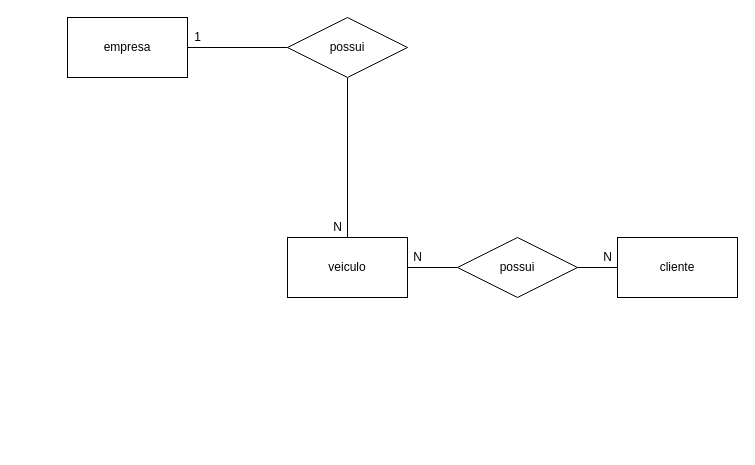
Earlier version of the draw.io diagram sprint-1-bd/exercicios/MER/1.2-exercicio-locadora/1.2-exercicio-locadora.drawio (ApolloSama/2021-2S-2D). Source tidied: cells renumbered, new cells numbered last; positions are measured from the earlier drawing's top-left corner, leaving out a move shared by most shapes. Both pictures are drawn from the tidied source at 100%, with x=0, y=0 at pixel (67, 17).
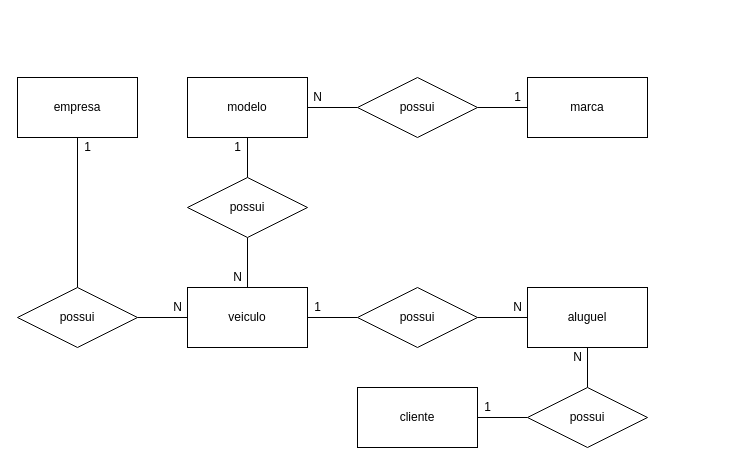
After the change.

What changed in the source:
```diff
@@
-    <mxCell id="2" style="edgeStyle=orthogonalEdgeStyle;rounded=0;jettySize=auto;html=1;endArrow=none;endFill=0;entryX=0;entryY=0.5;entryDx=0;entryDy=0;" parent="1" edge="1" source="3" target="7">
-      <mxGeometry relative="1" as="geometry" />
-    </mxCell>
+    <mxCell id="15" style="edgeStyle=orthogonalEdgeStyle;rounded=0;jettySize=auto;html=1;endArrow=none;endFill=0;entryX=0.5;entryY=0;entryDx=0;entryDy=0;" parent="1" edge="1" source="3" target="17">
+      <mxGeometry relative="1" as="geometry" />
+    </mxCell>
     <mxCell id="3" value="empresa" style="whiteSpace=wrap;html=1;" parent="1" vertex="1">
-      <mxGeometry width="120" height="60" as="geometry" />
+      <mxGeometry x="-50" y="60" width="120" height="60" as="geometry" />
     </mxCell>
-    <mxCell id="4" style="edgeStyle=orthogonalEdgeStyle;rounded=0;jettySize=auto;html=1;exitX=0.5;exitY=0;exitDx=0;exitDy=0;endArrow=none;endFill=0;" parent="1" edge="1" source="5" target="7">
-      <mxGeometry relative="1" as="geometry" />
-    </mxCell>
+    <mxCell id="16" style="edgeStyle=orthogonalEdgeStyle;rounded=0;jettySize=auto;html=1;entryX=0;entryY=0.5;entryDx=0;entryDy=0;endArrow=none;endFill=0;" parent="1" edge="1" source="17" target="5">
+      <mxGeometry relative="1" as="geometry" />
+    </mxCell>
+    <mxCell id="17" value="possui" style="shape=rhombus;perimeter=rhombusPerimeter;whiteSpace=wrap;html=1;align=center;" parent="1" vertex="1">
+      <mxGeometry x="-50" y="270" width="120" height="60" as="geometry" />
+    </mxCell>
+    <mxCell id="18" style="edgeStyle=orthogonalEdgeStyle;rounded=0;jettySize=auto;html=1;entryX=0.5;entryY=1;entryDx=0;entryDy=0;endArrow=none;endFill=0;" parent="1" edge="1" source="5" target="21">
+      <mxGeometry relative="1" as="geometry" />
+    </mxCell>
+    <mxCell id="19" style="edgeStyle=orthogonalEdgeStyle;rounded=0;jettySize=auto;html=1;entryX=0;entryY=0.5;entryDx=0;entryDy=0;endArrow=none;endFill=0;" parent="1" edge="1" source="5" target="28">
+      <mxGeometry relative="1" as="geometry" />
+    </mxCell>
     <mxCell id="5" value="veiculo" style="whiteSpace=wrap;html=1;" parent="1" vertex="1">
-      <mxGeometry x="220" y="220" width="120" height="60" as="geometry" />
+      <mxGeometry x="120" y="270" width="120" height="60" as="geometry" />
     </mxCell>
+    <mxCell id="20" style="edgeStyle=orthogonalEdgeStyle;rounded=0;jettySize=auto;html=1;entryX=0.5;entryY=1;entryDx=0;entryDy=0;endArrow=none;endFill=0;" parent="1" edge="1" source="21" target="23">
+      <mxGeometry relative="1" as="geometry" />
+    </mxCell>
+    <mxCell id="21" value="possui" style="shape=rhombus;perimeter=rhombusPerimeter;whiteSpace=wrap;html=1;align=center;" parent="1" vertex="1">
+      <mxGeometry x="120" y="160" width="120" height="60" as="geometry" />
+    </mxCell>
+    <mxCell id="22" style="edgeStyle=orthogonalEdgeStyle;rounded=0;jettySize=auto;html=1;entryX=0;entryY=0.5;entryDx=0;entryDy=0;endArrow=none;endFill=0;" parent="1" edge="1" source="23" target="25">
+      <mxGeometry relative="1" as="geometry" />
+    </mxCell>
+    <mxCell id="23" value="modelo" style="whiteSpace=wrap;html=1;" parent="1" vertex="1">
+      <mxGeometry x="120" y="60" width="120" height="60" as="geometry" />
+    </mxCell>
+    <mxCell id="24" style="edgeStyle=orthogonalEdgeStyle;rounded=0;jettySize=auto;html=1;entryX=0;entryY=0.5;entryDx=0;entryDy=0;endArrow=none;endFill=0;" parent="1" edge="1" source="25" target="26">
+      <mxGeometry relative="1" as="geometry" />
+    </mxCell>
+    <mxCell id="25" value="possui" style="shape=rhombus;perimeter=rhombusPerimeter;whiteSpace=wrap;html=1;align=center;" parent="1" vertex="1">
+      <mxGeometry x="290" y="60" width="120" height="60" as="geometry" />
+    </mxCell>
+    <mxCell id="26" value="marca" style="whiteSpace=wrap;html=1;" parent="1" vertex="1">
+      <mxGeometry x="460" y="60" width="120" height="60" as="geometry" />
+    </mxCell>
+    <mxCell id="27" style="edgeStyle=orthogonalEdgeStyle;rounded=0;jettySize=auto;html=1;entryX=0;entryY=0.5;entryDx=0;entryDy=0;endArrow=none;endFill=0;" parent="1" edge="1" source="28" target="30">
+      <mxGeometry relative="1" as="geometry" />
+    </mxCell>
+    <mxCell id="28" value="possui" style="shape=rhombus;perimeter=rhombusPerimeter;whiteSpace=wrap;html=1;align=center;" parent="1" vertex="1">
+      <mxGeometry x="290" y="270" width="120" height="60" as="geometry" />
+    </mxCell>
+    <mxCell id="29" style="edgeStyle=orthogonalEdgeStyle;rounded=0;jettySize=auto;html=1;entryX=0.5;entryY=0;entryDx=0;entryDy=0;endArrow=none;endFill=0;" parent="1" edge="1" source="30" target="32">
+      <mxGeometry relative="1" as="geometry" />
+    </mxCell>
+    <mxCell id="30" value="aluguel" style="whiteSpace=wrap;html=1;" parent="1" vertex="1">
+      <mxGeometry x="460" y="270" width="120" height="60" as="geometry" />
+    </mxCell>
+    <mxCell id="31" style="edgeStyle=orthogonalEdgeStyle;rounded=0;jettySize=auto;html=1;entryX=1;entryY=0.5;entryDx=0;entryDy=0;endArrow=none;endFill=0;" parent="1" edge="1" source="32" target="6">
+      <mxGeometry relative="1" as="geometry" />
+    </mxCell>
+    <mxCell id="32" value="possui" style="shape=rhombus;perimeter=rhombusPerimeter;whiteSpace=wrap;html=1;align=center;" parent="1" vertex="1">
+      <mxGeometry x="460" y="370" width="120" height="60" as="geometry" />
+    </mxCell>
     <mxCell id="6" value="cliente" style="whiteSpace=wrap;html=1;" parent="1" vertex="1">
-      <mxGeometry x="550" y="220" width="120" height="60" as="geometry" />
+      <mxGeometry x="290" y="370" width="120" height="60" as="geometry" />
     </mxCell>
-    <mxCell id="7" value="possui" style="shape=rhombus;perimeter=rhombusPerimeter;whiteSpace=wrap;html=1;align=center;" parent="1" vertex="1">
-      <mxGeometry x="220" width="120" height="60" as="geometry" />
-    </mxCell>
-    <mxCell id="8" value="1" style="text;html=1;align=center;verticalAlign=middle;strokeColor=none;" parent="1" vertex="1">
-      <mxGeometry x="120" y="10" width="20" height="20" as="geometry" />
-    </mxCell>
-    <mxCell id="9" value="N" style="text;html=1;align=center;verticalAlign=middle;strokeColor=none;" parent="1" vertex="1">
-      <mxGeometry x="260" y="200" width="20" height="20" as="geometry" />
-    </mxCell>
-    <mxCell id="10" style="edgeStyle=orthogonalEdgeStyle;rounded=0;jettySize=auto;html=1;entryX=1;entryY=0.5;entryDx=0;entryDy=0;endArrow=none;endFill=0;exitX=0;exitY=0.5;exitDx=0;exitDy=0;" parent="1" edge="1" source="14" target="5">
-      <mxGeometry relative="1" as="geometry" />
-    </mxCell>
-    <mxCell id="11" value="N" style="text;html=1;align=center;verticalAlign=middle;strokeColor=none;" parent="1" vertex="1">
-      <mxGeometry x="340" y="230" width="20" height="20" as="geometry" />
-    </mxCell>
-    <mxCell id="12" value="N" style="text;html=1;align=center;verticalAlign=middle;strokeColor=none;" parent="1" vertex="1">
-      <mxGeometry x="530" y="230" width="20" height="20" as="geometry" />
-    </mxCell>
-    <mxCell id="13" style="edgeStyle=orthogonalEdgeStyle;rounded=0;jettySize=auto;html=1;entryX=0;entryY=0.5;entryDx=0;entryDy=0;endArrow=none;endFill=0;" parent="1" edge="1" source="14" target="6">
-      <mxGeometry relative="1" as="geometry" />
-    </mxCell>
-    <mxCell id="14" value="possui" style="shape=rhombus;perimeter=rhombusPerimeter;whiteSpace=wrap;html=1;align=center;" parent="1" vertex="1">
-      <mxGeometry x="390" y="220" width="120" height="60" as="geometry" />
-    </mxCell>
+    <mxCell id="33" value="1" style="text;html=1;align=center;verticalAlign=middle;strokeColor=none;" parent="1" vertex="1">
+      <mxGeometry x="10" y="120" width="20" height="20" as="geometry" />
+    </mxCell>
+    <mxCell id="34" value="N" style="text;html=1;align=center;verticalAlign=middle;strokeColor=none;" parent="1" vertex="1">
+      <mxGeometry x="100" y="280" width="20" height="20" as="geometry" />
+    </mxCell>
+    <mxCell id="35" value="N" style="text;html=1;align=center;verticalAlign=middle;strokeColor=none;" parent="1" vertex="1">
+      <mxGeometry x="160" y="250" width="20" height="20" as="geometry" />
+    </mxCell>
+    <mxCell id="36" value="1" style="text;html=1;align=center;verticalAlign=middle;strokeColor=none;" parent="1" vertex="1">
+      <mxGeometry x="160" y="120" width="20" height="20" as="geometry" />
+    </mxCell>
+    <mxCell id="37" value="N" style="text;html=1;align=center;verticalAlign=middle;strokeColor=none;" parent="1" vertex="1">
+      <mxGeometry x="240" y="70" width="20" height="20" as="geometry" />
+    </mxCell>
+    <mxCell id="38" value="1" style="text;html=1;align=center;verticalAlign=middle;strokeColor=none;" parent="1" vertex="1">
+      <mxGeometry x="440" y="70" width="20" height="20" as="geometry" />
+    </mxCell>
+    <mxCell id="39" value="1" style="text;html=1;align=center;verticalAlign=middle;strokeColor=none;" parent="1" vertex="1">
+      <mxGeometry x="240" y="280" width="20" height="20" as="geometry" />
+    </mxCell>
+    <mxCell id="40" value="N" style="text;html=1;align=center;verticalAlign=middle;strokeColor=none;" parent="1" vertex="1">
+      <mxGeometry x="440" y="280" width="20" height="20" as="geometry" />
+    </mxCell>
+    <mxCell id="41" value="N" style="text;html=1;align=center;verticalAlign=middle;strokeColor=none;" parent="1" vertex="1">
+      <mxGeometry x="500" y="330" width="20" height="20" as="geometry" />
+    </mxCell>
+    <mxCell id="42" value="1" style="text;html=1;align=center;verticalAlign=middle;strokeColor=none;" parent="1" vertex="1">
+      <mxGeometry x="410" y="380" width="20" height="20" as="geometry" />
+    </mxCell>
```
